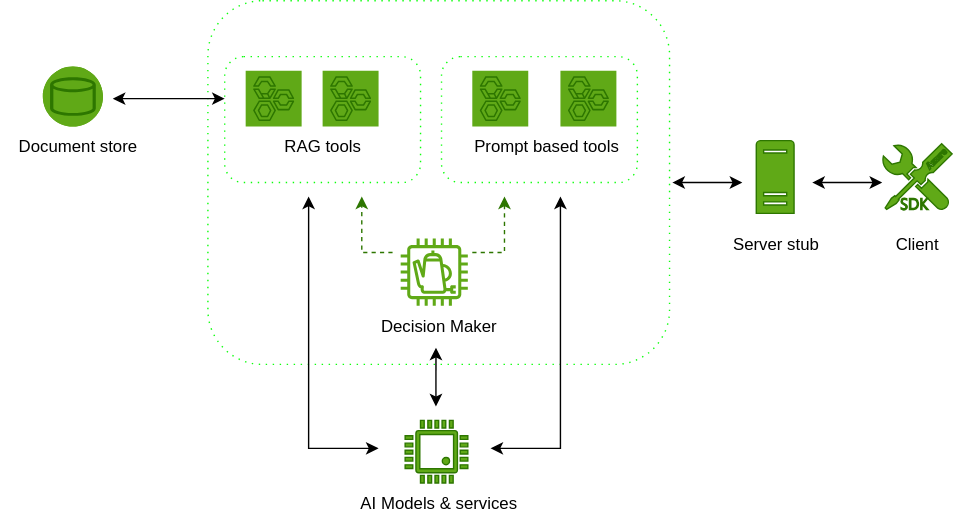
This is assets/images/comp_flow.svg from kiss-ai-stack/kiss-ai-stack.github.io, a draw.io export, as it was before one commit. Source tidied: cells renumbered, new cells last; positions are measured from the earlier drawing's top-left corner, leaving out a move shared by most shapes. The source it was exported from:
```xml
<mxGraphModel>
  <root>
    <mxCell id="0" />
    <mxCell id="1" parent="0" />
    <mxCell id="2" style="rounded=1;whiteSpace=wrap;html=1;dashed=1;strokeColor=#0DFF0D;dashPattern=1 4;fontStyle=1;" parent="1" vertex="1">
      <mxGeometry x="148" width="330" height="260" as="geometry" />
    </mxCell>
    <mxCell id="3" style="rounded=1;whiteSpace=wrap;html=1;dashed=1;strokeColor=#0DFF0D;dashPattern=1 4;fontStyle=1;" parent="1" vertex="1">
      <mxGeometry x="160" y="40" width="140" height="90" as="geometry" />
    </mxCell>
    <mxCell id="4" style="rounded=1;whiteSpace=wrap;html=1;dashed=1;strokeColor=#0DFF0D;dashPattern=1 4;fontStyle=1;" parent="1" vertex="1">
      <mxGeometry x="315" y="40" width="140" height="90" as="geometry" />
    </mxCell>
    <mxCell id="5" value="V" style="fillColor=#60a917;verticalLabelPosition=bottom;sketch=0;html=1;strokeColor=#2D7600;verticalAlign=top;align=center;shape=mxgraph.cisco_safe.compositeIcon;bgIcon=ellipse;resIcon=mxgraph.cisco_safe.capability.database;fontColor=#ffffff;" parent="1" vertex="1">
      <mxGeometry x="30" y="47" width="43" height="43" as="geometry" />
    </mxCell>
    <mxCell id="6" style="shadow=0;dashed=0;html=1;strokeColor=#2D7600;fillColor=#60a917;labelPosition=center;verticalLabelPosition=bottom;verticalAlign=top;align=center;shape=mxgraph.veeam.cpu;fontColor=#ffffff;" parent="1" vertex="1">
      <mxGeometry x="289" y="300" width="44.8" height="44.8" as="geometry" />
    </mxCell>
    <mxCell id="7" style="sketch=0;fillColor=#60a917;strokeColor=#2D7600;dashed=0;verticalLabelPosition=bottom;verticalAlign=top;align=center;html=1;fontSize=12;fontStyle=0;shape=mxgraph.aws4.resourceIcon;resIcon=mxgraph.aws4.well_architect_tool;fontColor=#ffffff;" parent="1" vertex="1">
      <mxGeometry x="337" y="50" width="40" height="40" as="geometry" />
    </mxCell>
    <mxCell id="8" style="sketch=0;fillColor=#60a917;strokeColor=#2D7600;dashed=0;verticalLabelPosition=bottom;verticalAlign=top;align=center;html=1;fontSize=12;fontStyle=0;shape=mxgraph.aws4.coffee_pot;fontColor=#ffffff;" parent="1" vertex="1">
      <mxGeometry x="285.8" y="170" width="48" height="48" as="geometry" />
    </mxCell>
    <mxCell id="9" style="sketch=0;shadow=0;dashed=0;html=1;strokeColor=#2D7600;labelPosition=center;verticalLabelPosition=bottom;verticalAlign=top;align=center;shape=mxgraph.office.servers.server_generic;fillColor=#60a917;fontColor=#ffffff;" parent="1" vertex="1">
      <mxGeometry x="540" y="100" width="27" height="52" as="geometry" />
    </mxCell>
    <mxCell id="10" style="verticalLabelPosition=bottom;html=1;verticalAlign=top;align=center;strokeColor=#2D7600;fillColor=#60a917;shape=mxgraph.azure.azure_sdk;fontColor=#ffffff;" parent="1" vertex="1">
      <mxGeometry x="630" y="102.2" width="50" height="47.5" as="geometry" />
    </mxCell>
    <mxCell id="11" value="Document store" style="text;html=1;align=center;verticalAlign=middle;strokeColor=none;fillColor=none;" parent="1" vertex="1">
      <mxGeometry y="90" width="110" height="30" as="geometry" />
    </mxCell>
    <mxCell id="12" style="sketch=0;fillColor=#60a917;strokeColor=#2D7600;dashed=0;verticalLabelPosition=bottom;verticalAlign=top;align=center;html=1;fontSize=12;fontStyle=0;shape=mxgraph.aws4.resourceIcon;resIcon=mxgraph.aws4.well_architect_tool;fontColor=#ffffff;" parent="1" vertex="1">
      <mxGeometry x="400" y="50" width="40" height="40" as="geometry" />
    </mxCell>
    <mxCell id="13" value="RAG tools" style="text;html=1;align=center;verticalAlign=middle;strokeColor=none;fillColor=none;" parent="1" vertex="1">
      <mxGeometry x="190" y="90" width="80" height="30" as="geometry" />
    </mxCell>
    <mxCell id="14" style="sketch=0;fillColor=#60a917;strokeColor=#2D7600;dashed=0;verticalLabelPosition=bottom;verticalAlign=top;align=center;html=1;fontSize=12;fontStyle=0;shape=mxgraph.aws4.resourceIcon;resIcon=mxgraph.aws4.well_architect_tool;fontColor=#ffffff;" parent="1" vertex="1">
      <mxGeometry x="175" y="50" width="40" height="40" as="geometry" />
    </mxCell>
    <mxCell id="15" style="sketch=0;fillColor=#60a917;strokeColor=#2D7600;dashed=0;verticalLabelPosition=bottom;verticalAlign=top;align=center;html=1;fontSize=12;fontStyle=0;shape=mxgraph.aws4.resourceIcon;resIcon=mxgraph.aws4.well_architect_tool;fontColor=#ffffff;" parent="1" vertex="1">
      <mxGeometry x="230" y="50" width="40" height="40" as="geometry" />
    </mxCell>
    <mxCell id="16" value="Prompt based tools" style="text;html=1;align=center;verticalAlign=middle;strokeColor=none;fillColor=none;" parent="1" vertex="1">
      <mxGeometry x="325" y="90" width="130" height="30" as="geometry" />
    </mxCell>
    <mxCell id="17" value="Decision Maker" style="text;html=1;align=center;verticalAlign=middle;strokeColor=none;fillColor=none;" parent="1" vertex="1">
      <mxGeometry x="258" y="218" width="110" height="30" as="geometry" />
    </mxCell>
    <mxCell id="18" style="endArrow=classic;startArrow=classic;html=1;rounded=0;" parent="1" edge="1">
      <mxGeometry relative="1" as="geometry">
        <mxPoint x="80" y="70" as="sourcePoint" />
        <mxPoint x="160" y="70" as="targetPoint" />
      </mxGeometry>
    </mxCell>
    <mxCell id="19" style="endArrow=classic;startArrow=classic;html=1;rounded=0;entryX=0.466;entryY=0.966;entryDx=0;entryDy=0;entryPerimeter=0;" parent="1" edge="1">
      <mxGeometry relative="1" as="geometry">
        <mxPoint x="311" y="290" as="sourcePoint" />
        <mxPoint x="311" y="248" as="targetPoint" />
      </mxGeometry>
    </mxCell>
    <mxCell id="20" style="endArrow=classic;startArrow=classic;html=1;rounded=0;" parent="1" edge="1">
      <mxGeometry relative="1" as="geometry">
        <mxPoint x="350" y="320" as="sourcePoint" />
        <mxPoint x="400" y="140" as="targetPoint" />
        <Array as="points">
          <mxPoint x="400" y="320" />
        </Array>
      </mxGeometry>
    </mxCell>
    <mxCell id="21" style="endArrow=classic;startArrow=classic;html=1;rounded=0;" parent="1" edge="1">
      <mxGeometry relative="1" as="geometry">
        <mxPoint x="270" y="320" as="sourcePoint" />
        <mxPoint x="220" y="140" as="targetPoint" />
        <Array as="points">
          <mxPoint x="220" y="320" />
        </Array>
      </mxGeometry>
    </mxCell>
    <mxCell id="22" value="AI Models &amp;amp; services" style="text;html=1;align=center;verticalAlign=middle;strokeColor=none;fillColor=none;" parent="1" vertex="1">
      <mxGeometry x="243" y="345" width="140" height="30" as="geometry" />
    </mxCell>
    <mxCell id="23" style="endArrow=classic;startArrow=classic;html=1;rounded=0;" parent="1" edge="1">
      <mxGeometry relative="1" as="geometry">
        <mxPoint x="480" y="130" as="sourcePoint" />
        <mxPoint x="530" y="130" as="targetPoint" />
      </mxGeometry>
    </mxCell>
    <mxCell id="24" style="endArrow=classic;startArrow=classic;html=1;rounded=0;" parent="1" edge="1">
      <mxGeometry relative="1" as="geometry">
        <mxPoint x="580" y="130" as="sourcePoint" />
        <mxPoint x="630" y="130" as="targetPoint" />
      </mxGeometry>
    </mxCell>
    <mxCell id="25" style="endArrow=classic;html=1;rounded=0;dashed=1;fillColor=#60a917;strokeColor=#2D7600;" parent="1" edge="1">
      <mxGeometry relative="1" as="geometry">
        <mxPoint x="337" y="180" as="sourcePoint" />
        <mxPoint x="360" y="140" as="targetPoint" />
        <Array as="points">
          <mxPoint x="360" y="180" />
        </Array>
      </mxGeometry>
    </mxCell>
    <mxCell id="26" style="endArrow=classic;html=1;rounded=0;dashed=1;fillColor=#60a917;strokeColor=#2D7600;" parent="1" edge="1">
      <mxGeometry relative="1" as="geometry">
        <mxPoint x="280" y="180" as="sourcePoint" />
        <mxPoint x="258" y="140" as="targetPoint" />
        <Array as="points">
          <mxPoint x="258" y="180" />
        </Array>
      </mxGeometry>
    </mxCell>
    <mxCell id="27" value="Server stub" style="text;html=1;align=center;verticalAlign=middle;strokeColor=none;fillColor=none;" parent="1" vertex="1">
      <mxGeometry x="513.5" y="160" width="80" height="30" as="geometry" />
    </mxCell>
    <mxCell id="28" value="Client" style="text;html=1;align=center;verticalAlign=middle;strokeColor=none;fillColor=none;" parent="1" vertex="1">
      <mxGeometry x="630" y="160" width="50" height="30" as="geometry" />
    </mxCell>
  </root>
</mxGraphModel>
```
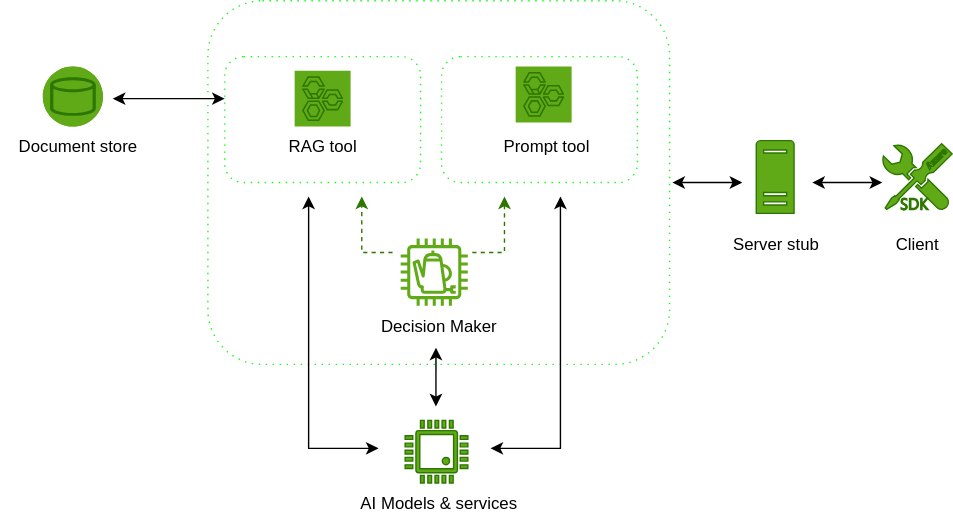
The same diagram one commit later.

Diff of the diagram source:
```diff
@@ -18,7 +18,7 @@
       <mxGeometry x="289" y="300" width="44.8" height="44.8" as="geometry" />
     </mxCell>
     <mxCell id="7" style="sketch=0;fillColor=#60a917;strokeColor=#2D7600;dashed=0;verticalLabelPosition=bottom;verticalAlign=top;align=center;html=1;fontSize=12;fontStyle=0;shape=mxgraph.aws4.resourceIcon;resIcon=mxgraph.aws4.well_architect_tool;fontColor=#ffffff;" parent="1" vertex="1">
-      <mxGeometry x="337" y="50" width="40" height="40" as="geometry" />
+      <mxGeometry x="368" y="47" width="40" height="40" as="geometry" />
     </mxCell>
     <mxCell id="8" style="sketch=0;fillColor=#60a917;strokeColor=#2D7600;dashed=0;verticalLabelPosition=bottom;verticalAlign=top;align=center;html=1;fontSize=12;fontStyle=0;shape=mxgraph.aws4.coffee_pot;fontColor=#ffffff;" parent="1" vertex="1">
       <mxGeometry x="285.8" y="170" width="48" height="48" as="geometry" />
@@ -32,20 +32,14 @@
     <mxCell id="11" value="Document store" style="text;html=1;align=center;verticalAlign=middle;strokeColor=none;fillColor=none;" parent="1" vertex="1">
       <mxGeometry y="90" width="110" height="30" as="geometry" />
     </mxCell>
-    <mxCell id="12" style="sketch=0;fillColor=#60a917;strokeColor=#2D7600;dashed=0;verticalLabelPosition=bottom;verticalAlign=top;align=center;html=1;fontSize=12;fontStyle=0;shape=mxgraph.aws4.resourceIcon;resIcon=mxgraph.aws4.well_architect_tool;fontColor=#ffffff;" parent="1" vertex="1">
-      <mxGeometry x="400" y="50" width="40" height="40" as="geometry" />
-    </mxCell>
-    <mxCell id="13" value="RAG tools" style="text;html=1;align=center;verticalAlign=middle;strokeColor=none;fillColor=none;" parent="1" vertex="1">
-      <mxGeometry x="190" y="90" width="80" height="30" as="geometry" />
+    <mxCell id="13" value="RAG tool" style="text;html=1;align=center;verticalAlign=middle;strokeColor=none;fillColor=none;" parent="1" vertex="1">
+      <mxGeometry x="195" y="90" width="70" height="30" as="geometry" />
     </mxCell>
     <mxCell id="14" style="sketch=0;fillColor=#60a917;strokeColor=#2D7600;dashed=0;verticalLabelPosition=bottom;verticalAlign=top;align=center;html=1;fontSize=12;fontStyle=0;shape=mxgraph.aws4.resourceIcon;resIcon=mxgraph.aws4.well_architect_tool;fontColor=#ffffff;" parent="1" vertex="1">
-      <mxGeometry x="175" y="50" width="40" height="40" as="geometry" />
+      <mxGeometry x="210" y="50" width="40" height="40" as="geometry" />
     </mxCell>
-    <mxCell id="15" style="sketch=0;fillColor=#60a917;strokeColor=#2D7600;dashed=0;verticalLabelPosition=bottom;verticalAlign=top;align=center;html=1;fontSize=12;fontStyle=0;shape=mxgraph.aws4.resourceIcon;resIcon=mxgraph.aws4.well_architect_tool;fontColor=#ffffff;" parent="1" vertex="1">
-      <mxGeometry x="230" y="50" width="40" height="40" as="geometry" />
-    </mxCell>
-    <mxCell id="16" value="Prompt based tools" style="text;html=1;align=center;verticalAlign=middle;strokeColor=none;fillColor=none;" parent="1" vertex="1">
-      <mxGeometry x="325" y="90" width="130" height="30" as="geometry" />
+    <mxCell id="16" value="Prompt tool" style="text;html=1;align=center;verticalAlign=middle;strokeColor=none;fillColor=none;" parent="1" vertex="1">
+      <mxGeometry x="350" y="90" width="80" height="30" as="geometry" />
     </mxCell>
     <mxCell id="17" value="Decision Maker" style="text;html=1;align=center;verticalAlign=middle;strokeColor=none;fillColor=none;" parent="1" vertex="1">
       <mxGeometry x="258" y="218" width="110" height="30" as="geometry" />
```
